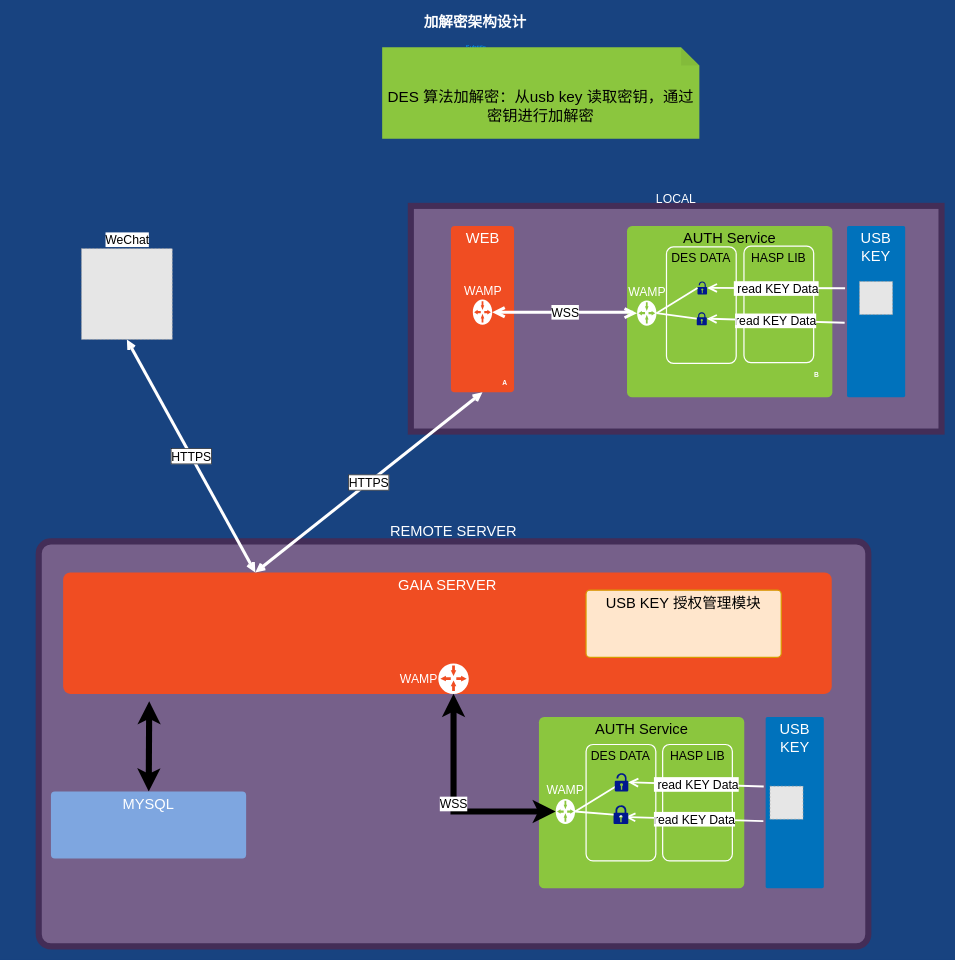
Earlier version of the draw.io diagram RCS APP/gaia数据加密设计.drawio (uyuy2043/yy). Source tidied: cells renumbered, new cells numbered last; positions are measured from the earlier drawing's top-left corner, leaving out a move shared by most shapes. Both pictures are drawn from the tidied source at 61%, with x=0, y=0 at pixel (10, 10). Pictures stored in the file or linked from it are replaced by grey dashed boxes.
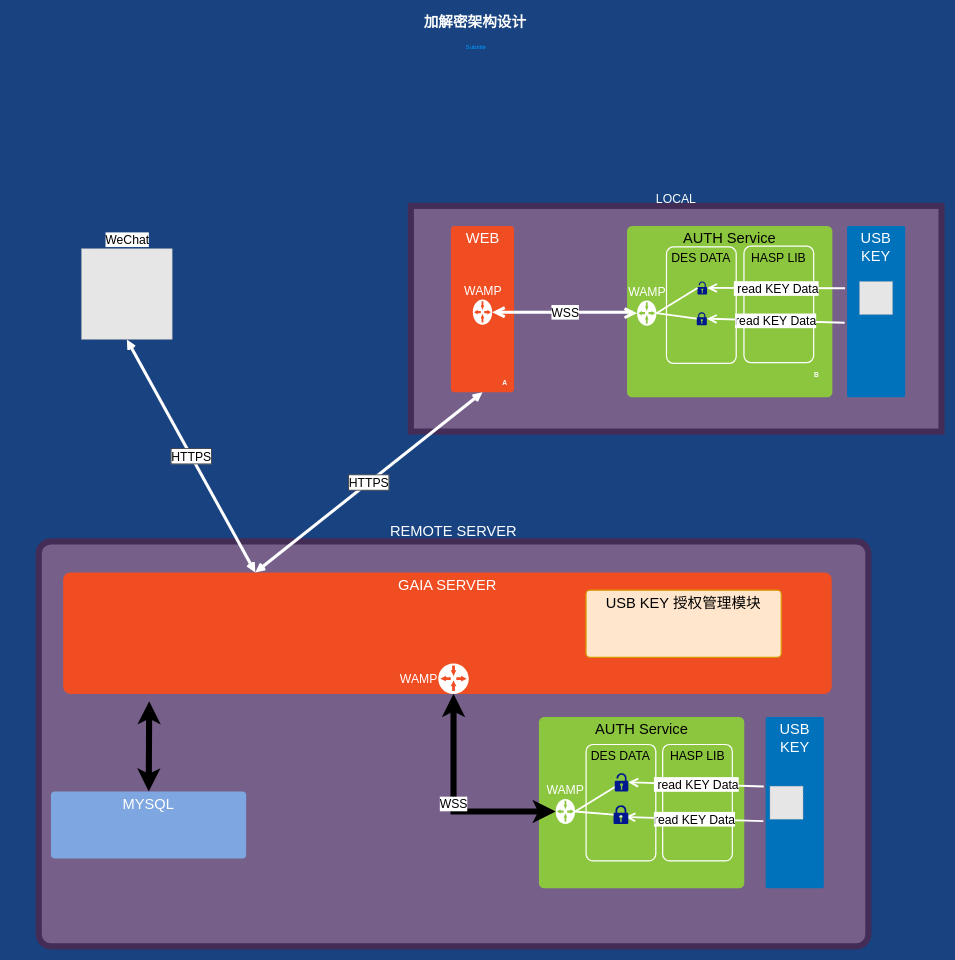
The same page after the edit.

Commit message:
Update gaia数据加密设计.drawio

Change to the diagram source:
```diff
@@
-    <mxCell id="5" value="&#10;&#10;&lt;span style=&quot;color: rgb(0, 0, 0); font-family: helvetica; font-size: 25px; font-style: normal; font-weight: 400; letter-spacing: normal; text-align: center; text-indent: 0px; text-transform: none; word-spacing: 0px; display: inline; float: none;&quot;&gt;DES 算法加解密：从usb key 读取密钥，通过密钥进行加解密&lt;/span&gt;&#10;&#10;" style="shape=note;whiteSpace=wrap;html=1;backgroundOutline=1;darkOpacity=0.05;rounded=1;shadow=0;fontSize=25;verticalAlign=top;strokeColor=none;strokeWidth=2;fillColor=#8BC63E;arcSize=3;labelBackgroundColor=none;" parent="1" vertex="1">
-      <mxGeometry x="609" y="60" width="520" height="150" as="geometry" />
-    </mxCell>
```
